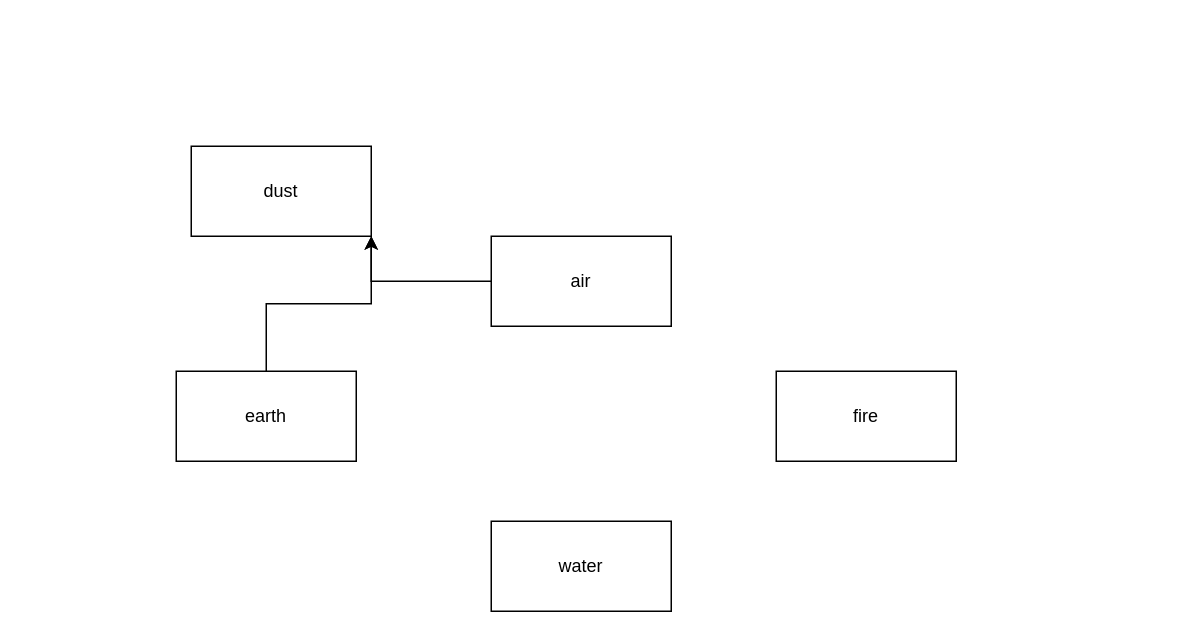
Before: Untitled Diagram.drawio in nicolasog13/home, a draw.io diagram. Source tidied: cells renumbered, new cells numbered last; positions are measured from the earlier drawing's top-left corner, leaving out a move shared by most shapes. Both pictures are drawn from the tidied source at 150%, with x=0, y=0 at pixel (176, 146).
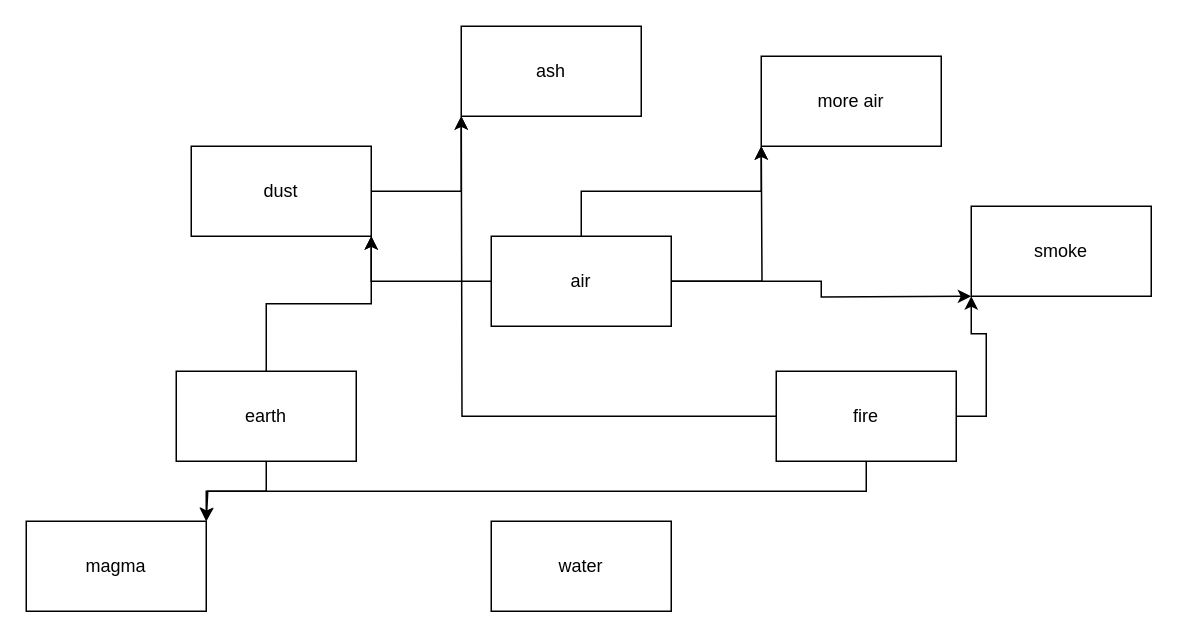
The same page after the edit.

The change refers to these unchanged cells:
```xml
<mxCell id="3" value="air" style="rounded=0;whiteSpace=wrap;html=1;" parent="1" vertex="1">
  <mxGeometry x="210" y="60" width="120" height="60" as="geometry" />
</mxCell>
<mxCell id="5" value="earth" style="rounded=0;whiteSpace=wrap;html=1;" parent="1" vertex="1">
  <mxGeometry y="150" width="120" height="60" as="geometry" />
</mxCell>
<mxCell id="6" value="fire" style="rounded=0;whiteSpace=wrap;html=1;" parent="1" vertex="1">
  <mxGeometry x="400" y="150" width="120" height="60" as="geometry" />
</mxCell>
<mxCell id="8" value="dust" style="rounded=0;whiteSpace=wrap;html=1;" parent="1" vertex="1">
  <mxGeometry x="10" width="120" height="60" as="geometry" />
</mxCell>
```

Diff of the diagram source:
```diff
@@
+    <mxCell id="9" style="edgeStyle=orthogonalEdgeStyle;rounded=0;jettySize=auto;html=1;exitX=0.5;exitY=0;exitDx=0;exitDy=0;entryX=0;entryY=1;entryDx=0;entryDy=0;" parent="1" edge="1" source="3" target="17">
+      <mxGeometry relative="1" as="geometry" />
+    </mxCell>
+    <mxCell id="10" style="edgeStyle=orthogonalEdgeStyle;rounded=0;jettySize=auto;html=1;exitX=1;exitY=0.5;exitDx=0;exitDy=0;" parent="1" edge="1" source="3">
+      <mxGeometry relative="1" as="geometry">
+        <mxPoint x="390" as="targetPoint" />
+      </mxGeometry>
+    </mxCell>
+    <mxCell id="11" style="edgeStyle=orthogonalEdgeStyle;rounded=0;jettySize=auto;html=1;" parent="1" edge="1" source="3">
+      <mxGeometry relative="1" as="geometry">
+        <mxPoint x="530" y="100" as="targetPoint" />
+      </mxGeometry>
+    </mxCell>
@@
+    <mxCell id="12" style="edgeStyle=orthogonalEdgeStyle;rounded=0;jettySize=auto;html=1;entryX=1;entryY=0;entryDx=0;entryDy=0;" parent="1" edge="1" source="5" target="19">
+      <mxGeometry relative="1" as="geometry" />
+    </mxCell>
@@
+    <mxCell id="13" style="edgeStyle=orthogonalEdgeStyle;rounded=0;jettySize=auto;html=1;entryX=0;entryY=1;entryDx=0;entryDy=0;" parent="1" edge="1" source="6" target="18">
+      <mxGeometry relative="1" as="geometry" />
+    </mxCell>
+    <mxCell id="14" style="edgeStyle=orthogonalEdgeStyle;rounded=0;jettySize=auto;html=1;" parent="1" edge="1" source="6">
+      <mxGeometry relative="1" as="geometry">
+        <mxPoint x="20" y="250" as="targetPoint" />
+        <Array as="points">
+          <mxPoint x="460" y="230" />
+          <mxPoint x="21" y="230" />
+        </Array>
+      </mxGeometry>
+    </mxCell>
+    <mxCell id="15" style="edgeStyle=orthogonalEdgeStyle;rounded=0;jettySize=auto;html=1;" parent="1" edge="1" source="6">
+      <mxGeometry relative="1" as="geometry">
+        <mxPoint x="190" y="-20" as="targetPoint" />
+      </mxGeometry>
+    </mxCell>
@@
+    <mxCell id="16" style="edgeStyle=orthogonalEdgeStyle;rounded=0;jettySize=auto;html=1;entryX=0;entryY=1;entryDx=0;entryDy=0;" parent="1" edge="1" source="8" target="20">
+      <mxGeometry relative="1" as="geometry" />
+    </mxCell>
@@
+    <mxCell id="17" value="more air" style="rounded=0;whiteSpace=wrap;html=1;" parent="1" vertex="1">
+      <mxGeometry x="390" y="-60" width="120" height="60" as="geometry" />
+    </mxCell>
+    <mxCell id="18" value="smoke" style="rounded=0;whiteSpace=wrap;html=1;" parent="1" vertex="1">
+      <mxGeometry x="530" y="40" width="120" height="60" as="geometry" />
+    </mxCell>
+    <mxCell id="19" value="magma" style="rounded=0;whiteSpace=wrap;html=1;" parent="1" vertex="1">
+      <mxGeometry x="-100" y="250" width="120" height="60" as="geometry" />
+    </mxCell>
+    <mxCell id="20" value="ash" style="rounded=0;whiteSpace=wrap;html=1;" parent="1" vertex="1">
+      <mxGeometry x="190" y="-80" width="120" height="60" as="geometry" />
+    </mxCell>
```
